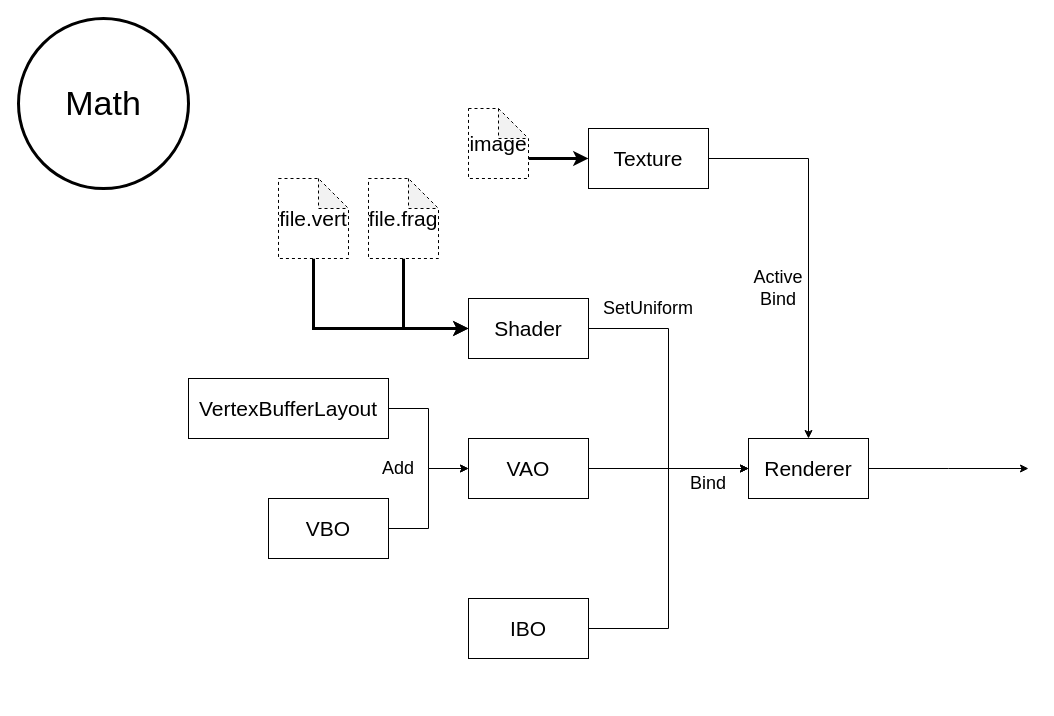
This is OpenGL.drawio from xiaodongYao/DrawIO, a draw.io file, before an edit. Source tidied: cells renumbered, new cells numbered last; positions are measured from the earlier drawing's top-left corner, leaving out a move shared by most shapes. Both pictures are drawn from the tidied source at 100%, with x=0, y=0 at pixel (18, 18).
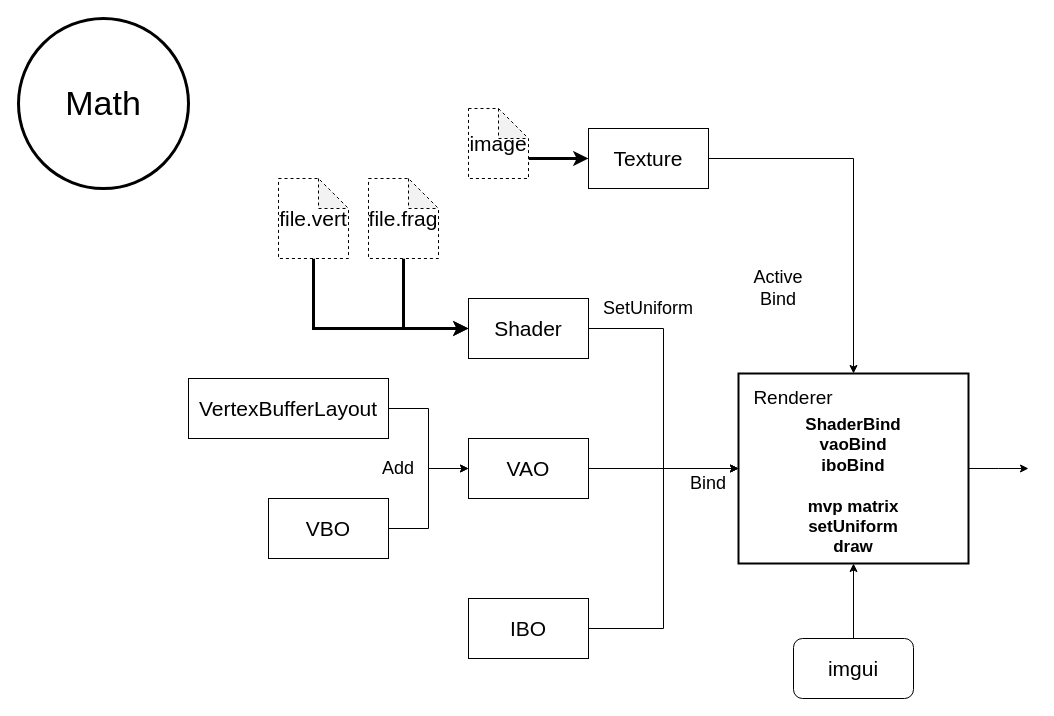
After the change.

Change to the diagram source:
```diff
@@
-    <mxCell id="15" value="Renderer" style="rounded=0;whiteSpace=wrap;html=1;fontSize=21;" parent="1" vertex="1">
-      <mxGeometry x="730" y="420" width="120" height="60" as="geometry" />
+    <mxCell id="15" style="rounded=0;whiteSpace=wrap;html=1;fontSize=21;strokeWidth=2;" parent="1" vertex="1">
+      <mxGeometry x="720" y="355" width="230" height="190" as="geometry" />
     </mxCell>
@@
+    <mxCell id="27" style="edgeStyle=orthogonalEdgeStyle;rounded=0;jettySize=auto;html=1;exitX=0.5;exitY=0;exitDx=0;exitDy=0;entryX=0.5;entryY=1;entryDx=0;entryDy=0;" parent="1" edge="1" source="28" target="15">
+      <mxGeometry relative="1" as="geometry" />
+    </mxCell>
+    <mxCell id="28" value="imgui" style="rounded=1;whiteSpace=wrap;html=1;fontSize=21;" parent="1" vertex="1">
+      <mxGeometry x="775" y="620" width="120" height="60" as="geometry" />
+    </mxCell>
+    <mxCell id="29" value="Renderer" style="text;html=1;align=center;verticalAlign=middle;whiteSpace=wrap;rounded=0;fontSize=19;" parent="1" vertex="1">
+      <mxGeometry x="730" y="370" width="90" height="20" as="geometry" />
+    </mxCell>
+    <mxCell id="30" value="ShaderBind&lt;div&gt;vaoBind&lt;/div&gt;&lt;div&gt;iboBind&lt;/div&gt;&lt;div&gt;&lt;br&gt;&lt;/div&gt;&lt;div&gt;mvp matrix&lt;/div&gt;&lt;div&gt;setUniform&lt;/div&gt;&lt;div&gt;draw&lt;/div&gt;&lt;div&gt;&lt;br&gt;&lt;/div&gt;" style="text;html=1;align=center;verticalAlign=middle;whiteSpace=wrap;rounded=0;fontSize=17;fontStyle=1;" parent="1" vertex="1">
+      <mxGeometry x="747.2" y="400" width="175.6" height="155" as="geometry" />
+    </mxCell>
```
